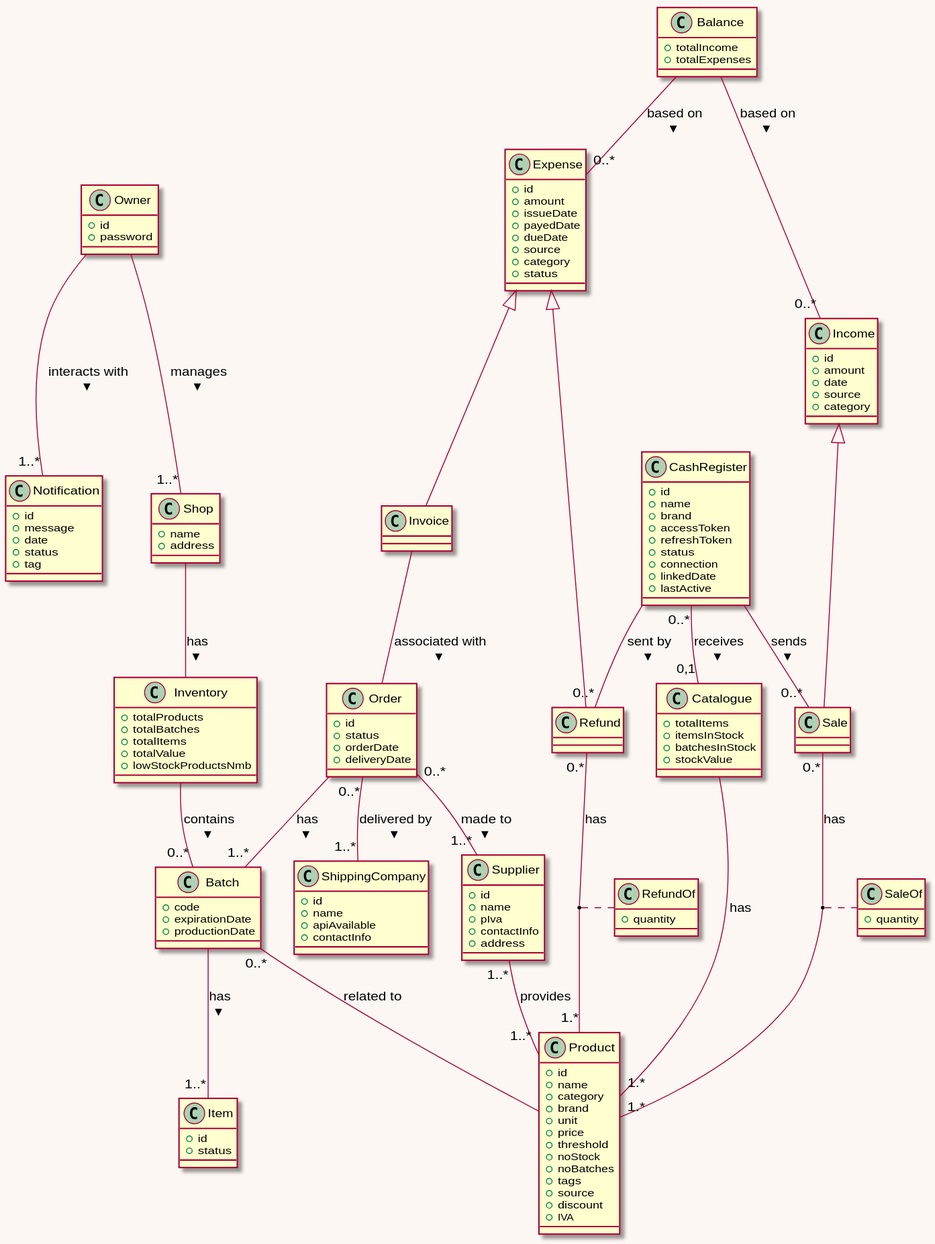
Earlier version of the PlantUML export res/plantuml/glossaryDiagram.svg (Giuseppeclv008/Project).
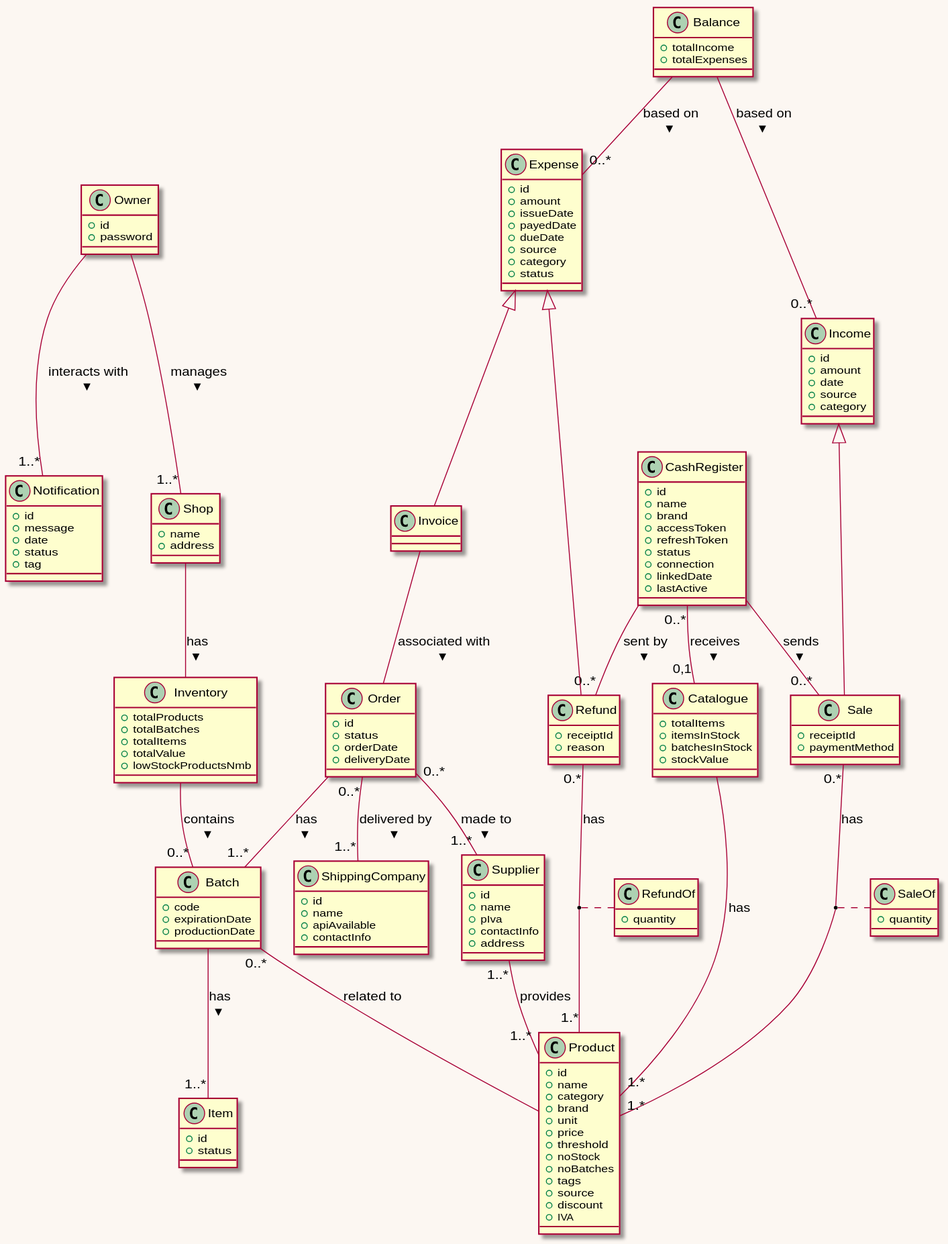
After the commit.

What changed in the source:
```diff
@@ -35,9 +35,13 @@
 }
 
 class Sale {
+    + receiptId
+    + paymentMethod
 }
 
 class Refund {
+    + receiptId
+    + reason
 }
 
 class Catalogue {
```
